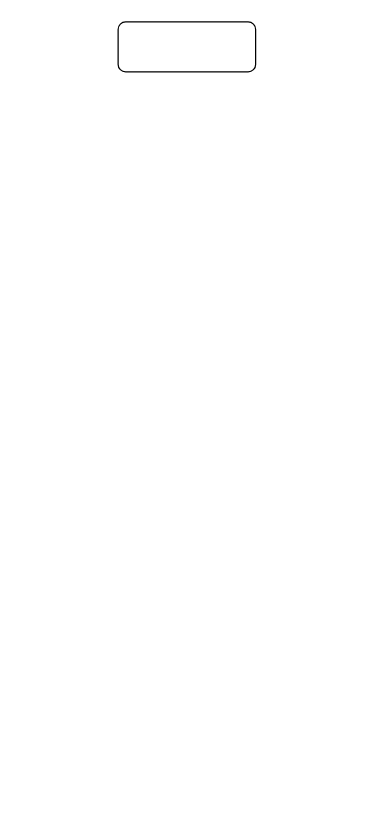
This is hook 代码.drawio from Gavin-ZYX/Resource, a draw.io file, before an edit. Source tidied: cells renumbered, new cells numbered last; positions are measured from the earlier drawing's top-left corner, leaving out a move shared by most shapes. Both pictures are drawn from the tidied source at 125%, with x=0, y=0 at pixel (118, 21).
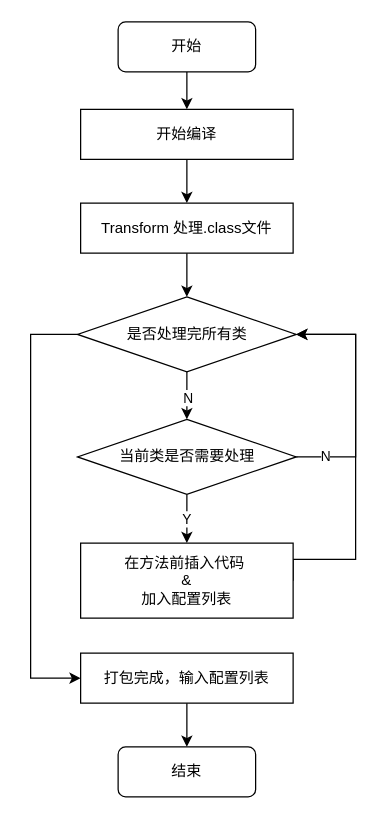
The same diagram, later.

The edit, as a diff of the source:
```diff
@@
+    <mxCell id="3" style="edgeStyle=orthogonalEdgeStyle;rounded=0;jettySize=auto;html=1;exitX=0.5;exitY=1;exitDx=0;exitDy=0;entryX=0.5;entryY=0;entryDx=0;entryDy=0;" parent="1" edge="1" source="2" target="5">
+      <mxGeometry relative="1" as="geometry" />
+    </mxCell>
-    <mxCell id="2" style="rounded=1;whiteSpace=wrap;html=1;" parent="1" vertex="1">
+    <mxCell id="2" value="开始" style="rounded=1;whiteSpace=wrap;html=1;" parent="1" vertex="1">
       <mxGeometry width="110" height="40" as="geometry" />
     </mxCell>
+    <mxCell id="4" style="edgeStyle=orthogonalEdgeStyle;rounded=0;jettySize=auto;html=1;exitX=0.5;exitY=1;exitDx=0;exitDy=0;entryX=0.5;entryY=0;entryDx=0;entryDy=0;" parent="1" edge="1" source="5" target="7">
+      <mxGeometry relative="1" as="geometry" />
+    </mxCell>
+    <mxCell id="5" value="开始编译" style="rounded=0;whiteSpace=wrap;html=1;" parent="1" vertex="1">
+      <mxGeometry x="-30" y="70" width="170" height="40" as="geometry" />
+    </mxCell>
+    <mxCell id="6" style="edgeStyle=orthogonalEdgeStyle;rounded=0;jettySize=auto;html=1;" parent="1" edge="1" source="7" target="11">
+      <mxGeometry relative="1" as="geometry" />
+    </mxCell>
+    <mxCell id="7" value="Transform 处理.class文件" style="rounded=0;whiteSpace=wrap;html=1;" parent="1" vertex="1">
+      <mxGeometry x="-30" y="145" width="170" height="40" as="geometry" />
+    </mxCell>
+    <mxCell id="8" style="edgeStyle=orthogonalEdgeStyle;rounded=0;jettySize=auto;html=1;exitX=0.5;exitY=1;exitDx=0;exitDy=0;entryX=0.5;entryY=0;entryDx=0;entryDy=0;" parent="1" edge="1" source="11" target="16">
+      <mxGeometry relative="1" as="geometry" />
+    </mxCell>
+    <mxCell id="9" value="N" style="edgeLabel;html=1;align=center;verticalAlign=middle;" parent="8" vertex="1">
+      <mxGeometry x="0.07" y="1" relative="1" as="geometry">
+        <mxPoint x="-1" as="offset" />
+      </mxGeometry>
+    </mxCell>
+    <mxCell id="10" style="edgeStyle=orthogonalEdgeStyle;rounded=0;jettySize=auto;html=1;exitX=0;exitY=0.5;exitDx=0;exitDy=0;entryX=0;entryY=0.5;entryDx=0;entryDy=0;" parent="1" edge="1" source="11" target="18">
+      <mxGeometry relative="1" as="geometry">
+        <Array as="points">
+          <mxPoint x="-70" y="250" />
+          <mxPoint x="-70" y="525" />
+        </Array>
+      </mxGeometry>
+    </mxCell>
+    <mxCell id="11" value="是否处理完所有类" style="rhombus;whiteSpace=wrap;html=1;rounded=0;" parent="1" vertex="1">
+      <mxGeometry x="-32.5" y="220" width="175" height="60" as="geometry" />
+    </mxCell>
+    <mxCell id="12" style="edgeStyle=orthogonalEdgeStyle;rounded=0;jettySize=auto;html=1;exitX=1;exitY=0.5;exitDx=0;exitDy=0;entryX=1;entryY=0.5;entryDx=0;entryDy=0;" parent="1" edge="1" source="13" target="11">
+      <mxGeometry relative="1" as="geometry">
+        <Array as="points">
+          <mxPoint x="190" y="430" />
+          <mxPoint x="190" y="250" />
+        </Array>
+      </mxGeometry>
+    </mxCell>
+    <mxCell id="13" value="在方法前插入代码&amp;nbsp;&lt;br&gt;&amp;amp;&lt;br&gt;加入配置列表" style="rounded=0;whiteSpace=wrap;html=1;" parent="1" vertex="1">
+      <mxGeometry x="-30" y="417" width="170" height="60" as="geometry" />
+    </mxCell>
+    <mxCell id="14" value="Y" style="edgeStyle=orthogonalEdgeStyle;rounded=0;jettySize=auto;html=1;exitX=0.5;exitY=1;exitDx=0;exitDy=0;entryX=0.5;entryY=0;entryDx=0;entryDy=0;" parent="1" edge="1" source="16" target="13">
+      <mxGeometry relative="1" as="geometry" />
+    </mxCell>
+    <mxCell id="15" value="N" style="edgeStyle=orthogonalEdgeStyle;rounded=0;jettySize=auto;html=1;exitX=1;exitY=0.5;exitDx=0;exitDy=0;entryX=1;entryY=0.5;entryDx=0;entryDy=0;" parent="1" edge="1" source="16" target="11">
+      <mxGeometry x="-0.76" relative="1" as="geometry">
+        <Array as="points">
+          <mxPoint x="190" y="348" />
+          <mxPoint x="190" y="250" />
+        </Array>
+      </mxGeometry>
+    </mxCell>
+    <mxCell id="16" value="当前类是否需要处理" style="rhombus;whiteSpace=wrap;html=1;rounded=0;" parent="1" vertex="1">
+      <mxGeometry x="-32.5" y="318" width="175" height="60" as="geometry" />
+    </mxCell>
+    <mxCell id="17" style="edgeStyle=orthogonalEdgeStyle;rounded=0;jettySize=auto;html=1;exitX=0.5;exitY=1;exitDx=0;exitDy=0;entryX=0.5;entryY=0;entryDx=0;entryDy=0;" parent="1" edge="1" source="18" target="19">
+      <mxGeometry relative="1" as="geometry" />
+    </mxCell>
+    <mxCell id="18" value="打包完成，输入配置列表" style="rounded=0;whiteSpace=wrap;html=1;" parent="1" vertex="1">
+      <mxGeometry x="-30" y="505" width="170" height="40" as="geometry" />
+    </mxCell>
+    <mxCell id="19" value="结束" style="rounded=1;whiteSpace=wrap;html=1;" parent="1" vertex="1">
+      <mxGeometry y="580" width="110" height="40" as="geometry" />
+    </mxCell>
```
